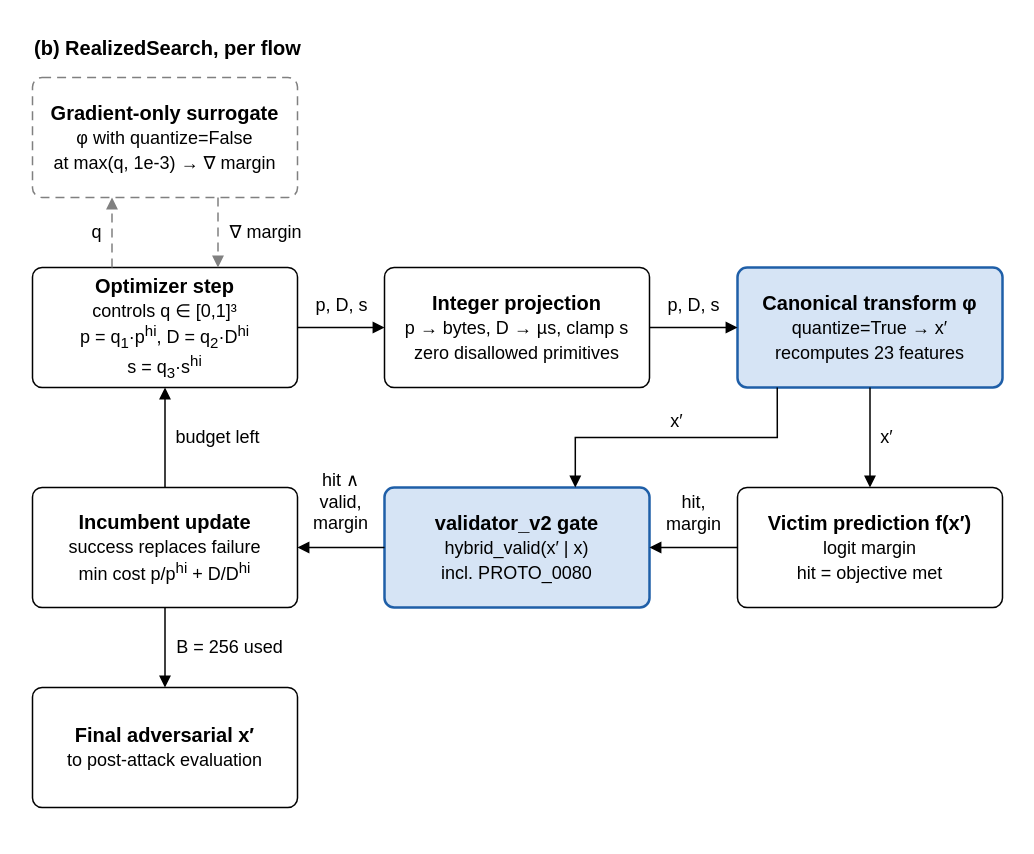
This is page "(b) RealizedSearch, per flow" (2 of 2) of docs/figures/primattack/primattack_architecture.drawio from altmiko/thesis, a draw.io file, before an edit. Source tidied: cells renumbered, new cells numbered last; positions are measured from the earlier drawing's top-left corner, leaving out a move shared by most shapes. Both pictures are drawn from the tidied source at 100%, with x=0, y=0 at pixel (17, 17).
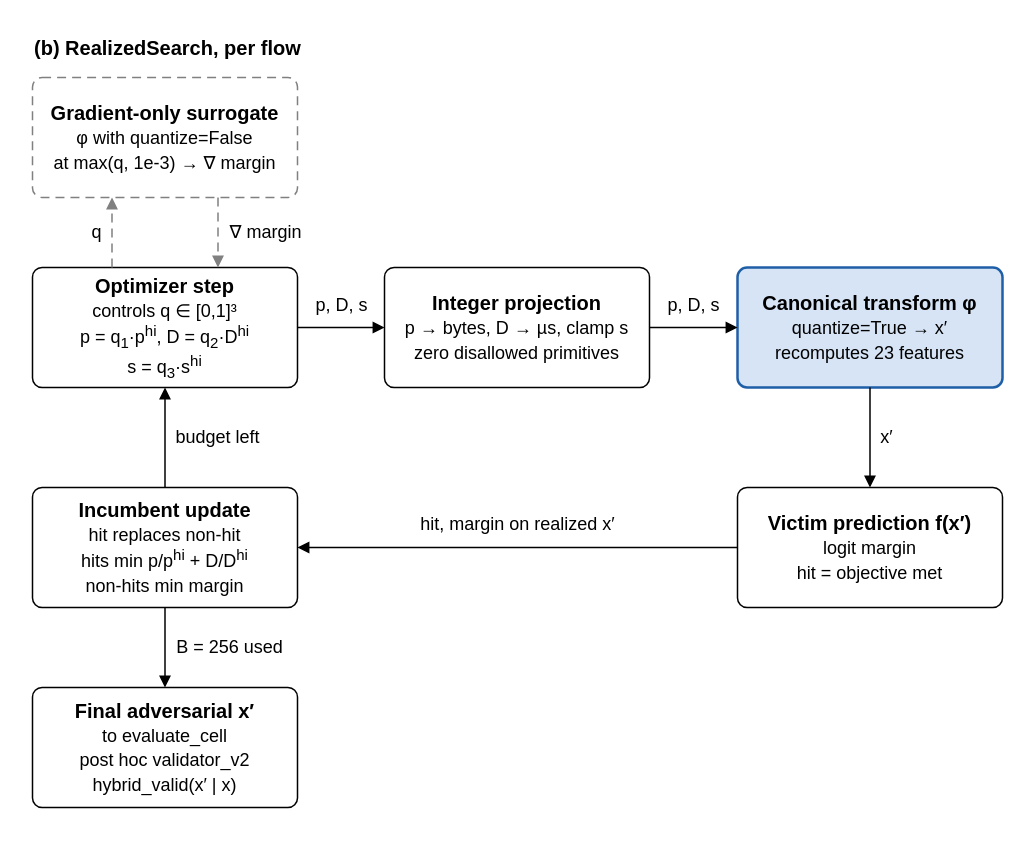
The same page after the edit.

Unchanged cells that the change refers to:
```xml
<mxCell id="7" value="&lt;b&gt;Canonical transform φ&lt;/b&gt;&lt;br&gt;&lt;span style=&quot;font-size:18px&quot;&gt;quantize=True → x′&lt;br&gt;recomputes 23 features&lt;/span&gt;" style="rounded=1;arcSize=8;whiteSpace=wrap;html=1;align=center;verticalAlign=middle;spacing=8;fontSize=20;fontFamily=Helvetica;fontColor=#000000;gradientColor=none;shadow=0;fillColor=#d6e4f5;strokeColor=#1f5fa8;strokeWidth=2.5;" parent="1" vertex="1">
  <mxGeometry x="720" y="250" width="265" height="120" as="geometry" />
</mxCell>
<mxCell id="10" value="&lt;b&gt;Victim prediction f(x′)&lt;/b&gt;&lt;br&gt;&lt;span style=&quot;font-size:18px&quot;&gt;logit margin&lt;br&gt;hit = objective met&lt;/span&gt;" style="rounded=1;arcSize=8;whiteSpace=wrap;html=1;align=center;verticalAlign=middle;spacing=8;fontSize=20;fontFamily=Helvetica;fontColor=#000000;gradientColor=none;shadow=0;fillColor=#ffffff;strokeColor=#000000;strokeWidth=1.5;" parent="1" vertex="1">
  <mxGeometry x="720" y="470" width="265" height="120" as="geometry" />
</mxCell>
```

Change to the diagram source:
```diff
@@
-    <mxCell id="8" value="&lt;b&gt;Incumbent update&lt;/b&gt;&lt;br&gt;&lt;span style=&quot;font-size:18px&quot;&gt;success replaces failure&lt;br&gt;min cost p/p&lt;sup&gt;hi&lt;/sup&gt; + D/D&lt;sup&gt;hi&lt;/sup&gt;&lt;/span&gt;" style="rounded=1;arcSize=8;whiteSpace=wrap;html=1;align=center;verticalAlign=middle;spacing=8;fontSize=20;fontFamily=Helvetica;fontColor=#000000;gradientColor=none;shadow=0;fillColor=#ffffff;strokeColor=#000000;strokeWidth=1.5;" parent="1" vertex="1">
+    <mxCell id="8" value="&lt;b&gt;Incumbent update&lt;/b&gt;&lt;br&gt;&lt;span style=&quot;font-size:18px&quot;&gt;hit replaces non-hit&lt;br&gt;hits min p/p&lt;sup&gt;hi&lt;/sup&gt; + D/D&lt;sup&gt;hi&lt;/sup&gt;&lt;br&gt;non-hits min margin&lt;/span&gt;" style="rounded=1;arcSize=8;whiteSpace=wrap;html=1;align=center;verticalAlign=middle;spacing=8;fontSize=20;fontFamily=Helvetica;fontColor=#000000;gradientColor=none;shadow=0;fillColor=#ffffff;strokeColor=#000000;strokeWidth=1.5;" parent="1" vertex="1">
       <mxGeometry x="15" y="470" width="265" height="120" as="geometry" />
     </mxCell>
-    <mxCell id="9" value="&lt;b&gt;validator_v2 gate&lt;/b&gt;&lt;br&gt;&lt;span style=&quot;font-size:18px&quot;&gt;hybrid_valid(x′ | x)&lt;br&gt;incl. PROTO_0080&lt;/span&gt;" style="rounded=1;arcSize=8;whiteSpace=wrap;html=1;align=center;verticalAlign=middle;spacing=8;fontSize=20;fontFamily=Helvetica;fontColor=#000000;gradientColor=none;shadow=0;fillColor=#d6e4f5;strokeColor=#1f5fa8;strokeWidth=2.5;" parent="1" vertex="1">
-      <mxGeometry x="367" y="470" width="265" height="120" as="geometry" />
-    </mxCell>
@@
-    <mxCell id="11" value="&lt;b&gt;Final adversarial x′&lt;/b&gt;&lt;br&gt;&lt;span style=&quot;font-size:18px&quot;&gt;to post-attack evaluation&lt;/span&gt;" style="rounded=1;arcSize=8;whiteSpace=wrap;html=1;align=center;verticalAlign=middle;spacing=8;fontSize=20;fontFamily=Helvetica;fontColor=#000000;gradientColor=none;shadow=0;fillColor=#ffffff;strokeColor=#000000;strokeWidth=1.5;" parent="1" vertex="1">
+    <mxCell id="11" value="&lt;b&gt;Final adversarial x′&lt;/b&gt;&lt;br&gt;&lt;span style=&quot;font-size:18px&quot;&gt;to evaluate_cell&lt;br&gt;post hoc validator_v2&lt;br&gt;hybrid_valid(x′ | x)&lt;/span&gt;" style="rounded=1;arcSize=8;whiteSpace=wrap;html=1;align=center;verticalAlign=middle;spacing=8;fontSize=20;fontFamily=Helvetica;fontColor=#000000;gradientColor=none;shadow=0;fillColor=#ffffff;strokeColor=#000000;strokeWidth=1.5;" parent="1" vertex="1">
       <mxGeometry x="15" y="670" width="265" height="120" as="geometry" />
     </mxCell>
@@
-    <mxCell id="17" value="hit,&lt;br&gt;margin" style="edgeStyle=orthogonalEdgeStyle;rounded=0;jettySize=auto;html=1;endArrow=block;endSize=8;endFill=1;strokeColor=#000000;strokeWidth=1.5;fontSize=18;fontColor=#000000;labelBackgroundColor=#ffffff;exitX=0;exitY=0.5;exitDx=0;exitDy=0;entryX=1;entryY=0.5;entryDx=0;entryDy=0;" parent="1" edge="1" source="10" target="9">
-      <mxGeometry relative="1" as="geometry">
-        <mxPoint y="-34" as="offset" />
-      </mxGeometry>
-    </mxCell>
-    <mxCell id="18" value="x′" style="edgeStyle=orthogonalEdgeStyle;rounded=0;jettySize=auto;html=1;endArrow=block;endSize=8;endFill=1;strokeColor=#000000;strokeWidth=1.5;fontSize=18;fontColor=#000000;labelBackgroundColor=#ffffff;exitX=0.15;exitY=1;exitDx=0;exitDy=0;entryX=0.72;entryY=0;entryDx=0;entryDy=0;" parent="1" edge="1" source="7" target="9">
-      <mxGeometry relative="1" as="geometry">
-        <Array as="points">
-          <mxPoint x="759.8" y="420" />
-          <mxPoint x="557.8" y="420" />
-        </Array>
-        <mxPoint y="-16" as="offset" />
-      </mxGeometry>
-    </mxCell>
-    <mxCell id="19" value="hit ∧&lt;br&gt;valid,&lt;br&gt;margin" style="edgeStyle=orthogonalEdgeStyle;rounded=0;jettySize=auto;html=1;endArrow=block;endSize=8;endFill=1;strokeColor=#000000;strokeWidth=1.5;fontSize=18;fontColor=#000000;labelBackgroundColor=#ffffff;exitX=0;exitY=0.5;exitDx=0;exitDy=0;entryX=1;entryY=0.5;entryDx=0;entryDy=0;" parent="1" edge="1" source="9" target="8">
-      <mxGeometry relative="1" as="geometry">
-        <mxPoint y="-45" as="offset" />
-      </mxGeometry>
-    </mxCell>
@@
+    <mxCell id="22" value="hit, margin on realized x′" style="edgeStyle=orthogonalEdgeStyle;rounded=0;jettySize=auto;html=1;endArrow=block;endSize=8;endFill=1;strokeColor=#000000;strokeWidth=1.5;fontSize=18;fontColor=#000000;labelBackgroundColor=#ffffff;exitX=0;exitY=0.5;exitDx=0;exitDy=0;entryX=1;entryY=0.5;entryDx=0;entryDy=0;" parent="1" edge="1" source="10" target="8">
+      <mxGeometry relative="1" as="geometry">
+        <mxPoint y="-23" as="offset" />
+      </mxGeometry>
+    </mxCell>
```
